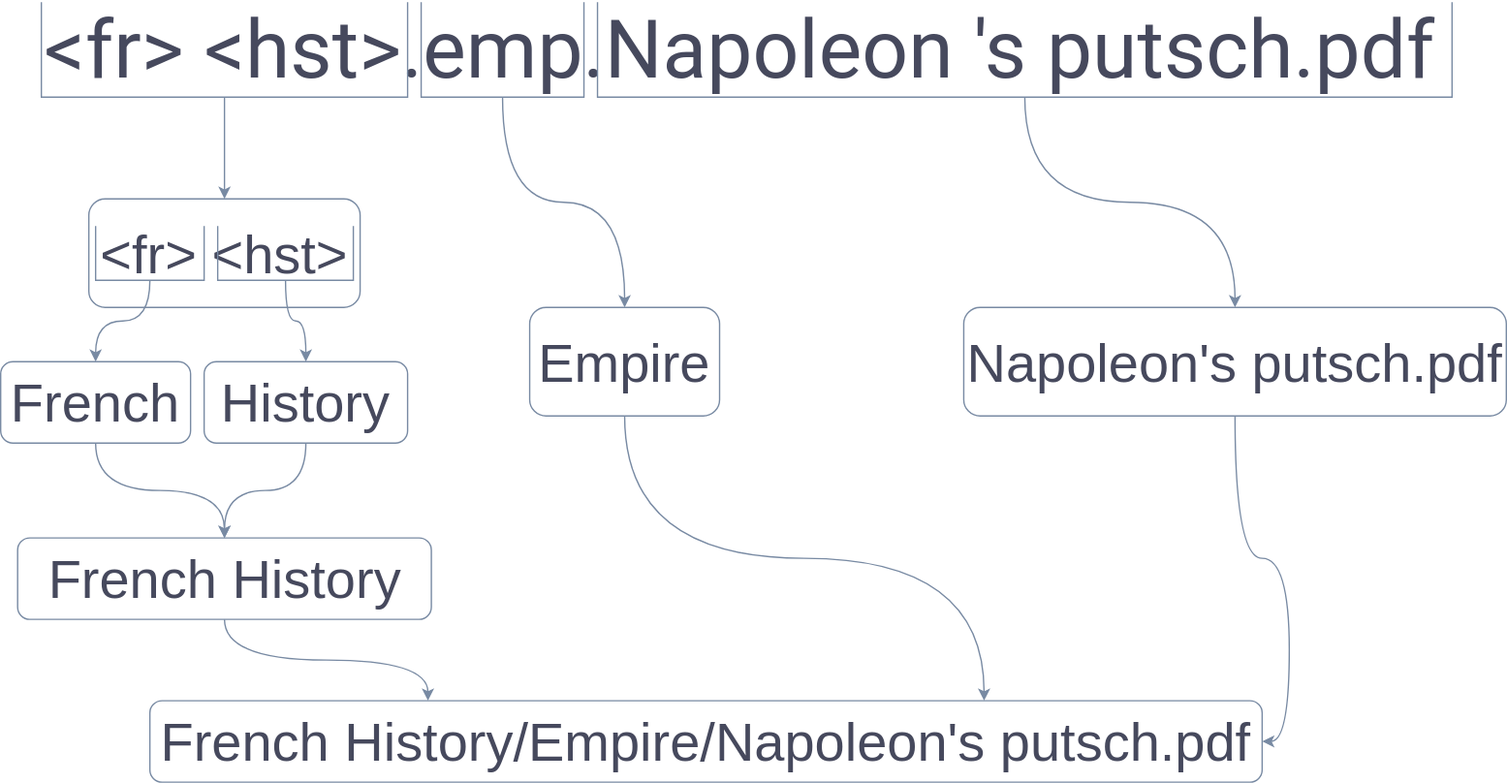
The draw.io diagram schema-variable-replacement.svg in Eolien55/FileClassed, before a commit. Source tidied: cells renumbered, new cells last; positions are measured from the earlier drawing's top-left corner, leaving out a move shared by most shapes. Its diagram source:
```xml
<mxGraphModel>
  <root>
    <mxCell id="0" />
    <mxCell id="1" parent="0" />
    <mxCell id="2" value="&amp;lt;fr&amp;gt; &amp;lt;hst&amp;gt;.emp.Napoleon 's putsch.pdf" style="whiteSpace=wrap;html=1;fillColor=none;fontSize=60;fontFamily=Roboto;fontSource=https%3A%2F%2Ffonts.googleapis.com%2Fcss%3Ffamily%3DRoboto;strokeColor=none;fontColor=#46495D;rounded=1;" parent="1" vertex="1">
      <mxGeometry x="20" y="5" width="1050" height="60" as="geometry" />
    </mxCell>
    <mxCell id="3" style="edgeStyle=orthogonalEdgeStyle;jettySize=auto;html=1;exitX=0.5;exitY=1;exitDx=0;exitDy=0;entryX=0.5;entryY=0;entryDx=0;entryDy=0;fontSize=40;fontColor=#46495D;strokeColor=#788AA3;fillColor=#B2C9AB;curved=1;" parent="1" edge="1" source="4" target="14">
      <mxGeometry relative="1" as="geometry" />
    </mxCell>
    <mxCell id="4" style="shape=partialRectangle;whiteSpace=wrap;html=1;bottom=1;right=1;left=1;top=0;fillColor=none;routingCenterX=-0.5;fontFamily=Tahoma;fontSize=60;strokeColor=#788AA3;fontColor=#46495D;rounded=1;" parent="1" vertex="1">
      <mxGeometry x="30" width="270" height="70" as="geometry" />
    </mxCell>
    <mxCell id="5" style="edgeStyle=orthogonalEdgeStyle;jettySize=auto;html=1;exitX=0.5;exitY=1;exitDx=0;exitDy=0;entryX=0.5;entryY=0;entryDx=0;entryDy=0;fontSize=40;fontColor=#46495D;strokeColor=#788AA3;fillColor=#B2C9AB;curved=1;" parent="1" edge="1" source="6" target="8">
      <mxGeometry relative="1" as="geometry" />
    </mxCell>
    <mxCell id="6" style="shape=partialRectangle;whiteSpace=wrap;html=1;bottom=1;right=1;left=1;top=0;fillColor=none;routingCenterX=-0.5;fontColor=#46495D;strokeColor=#788AA3;rounded=1;" parent="1" vertex="1">
      <mxGeometry x="440" width="630" height="70" as="geometry" />
    </mxCell>
    <mxCell id="7" style="edgeStyle=orthogonalEdgeStyle;jettySize=auto;html=1;exitX=0.5;exitY=1;exitDx=0;exitDy=0;entryX=1;entryY=0.5;entryDx=0;entryDy=0;fontSize=40;fontColor=#46495D;strokeColor=#788AA3;fillColor=#B2C9AB;curved=1;" parent="1" edge="1" source="8" target="9">
      <mxGeometry relative="1" as="geometry" />
    </mxCell>
    <mxCell id="8" value="Napoleon's putsch.pdf" style="whiteSpace=wrap;html=1;fontColor=#46495D;strokeColor=#788AA3;fillColor=none;fontSize=40;rounded=1;" parent="1" vertex="1">
      <mxGeometry x="710" y="225" width="400" height="80" as="geometry" />
    </mxCell>
    <mxCell id="9" value="French History/Empire/Napoleon's putsch.pdf" style="whiteSpace=wrap;html=1;fontSize=40;fontColor=#46495D;strokeColor=#788AA3;fillColor=none;rounded=1;" parent="1" vertex="1">
      <mxGeometry x="110" y="515" width="820" height="60" as="geometry" />
    </mxCell>
    <mxCell id="10" style="edgeStyle=orthogonalEdgeStyle;jettySize=auto;html=1;exitX=0.5;exitY=1;exitDx=0;exitDy=0;fontSize=40;fontColor=#46495D;strokeColor=#788AA3;fillColor=#B2C9AB;curved=1;" parent="1" edge="1" source="11" target="13">
      <mxGeometry relative="1" as="geometry" />
    </mxCell>
    <mxCell id="11" style="shape=partialRectangle;whiteSpace=wrap;html=1;bottom=1;right=1;left=1;top=0;fillColor=none;routingCenterX=-0.5;fontColor=#46495D;strokeColor=#788AA3;rounded=1;" parent="1" vertex="1">
      <mxGeometry x="310" width="120" height="70" as="geometry" />
    </mxCell>
    <mxCell id="12" style="edgeStyle=orthogonalEdgeStyle;jettySize=auto;html=1;exitX=0.5;exitY=1;exitDx=0;exitDy=0;entryX=0.75;entryY=0;entryDx=0;entryDy=0;fontSize=40;fontColor=#46495D;strokeColor=#788AA3;fillColor=#B2C9AB;curved=1;" parent="1" edge="1" source="13" target="9">
      <mxGeometry relative="1" as="geometry" />
    </mxCell>
    <mxCell id="13" value="Empire" style="whiteSpace=wrap;html=1;fontColor=#46495D;strokeColor=#788AA3;fillColor=none;fontSize=40;rounded=1;" parent="1" vertex="1">
      <mxGeometry x="390" y="225" width="140" height="80" as="geometry" />
    </mxCell>
    <mxCell id="14" value="&amp;lt;fr&amp;gt; &amp;lt;hst&amp;gt;" style="whiteSpace=wrap;html=1;fontSize=40;fontColor=#46495D;strokeColor=#788AA3;fillColor=none;rounded=1;" parent="1" vertex="1">
      <mxGeometry x="65" y="145" width="200" height="80" as="geometry" />
    </mxCell>
    <mxCell id="15" style="edgeStyle=orthogonalEdgeStyle;jettySize=auto;html=1;exitX=0.5;exitY=1;exitDx=0;exitDy=0;entryX=0.5;entryY=0;entryDx=0;entryDy=0;fontSize=40;fontColor=#46495D;strokeColor=#788AA3;fillColor=#B2C9AB;curved=1;" parent="1" edge="1" source="16" target="20">
      <mxGeometry relative="1" as="geometry" />
    </mxCell>
    <mxCell id="16" style="shape=partialRectangle;whiteSpace=wrap;html=1;bottom=1;right=1;left=1;top=0;fillColor=none;routingCenterX=-0.5;fontSize=40;fontColor=#46495D;strokeColor=#788AA3;rounded=1;" parent="1" vertex="1">
      <mxGeometry x="70" y="165" width="80" height="40" as="geometry" />
    </mxCell>
    <mxCell id="17" style="edgeStyle=orthogonalEdgeStyle;jettySize=auto;html=1;exitX=0.5;exitY=1;exitDx=0;exitDy=0;entryX=0.5;entryY=0;entryDx=0;entryDy=0;fontSize=40;fontColor=#46495D;strokeColor=#788AA3;fillColor=#B2C9AB;curved=1;" parent="1" edge="1" source="18" target="22">
      <mxGeometry relative="1" as="geometry" />
    </mxCell>
    <mxCell id="18" style="shape=partialRectangle;whiteSpace=wrap;html=1;bottom=1;right=1;left=1;top=0;fillColor=none;routingCenterX=-0.5;fontSize=40;fontColor=#46495D;strokeColor=#788AA3;rounded=1;" parent="1" vertex="1">
      <mxGeometry x="160" y="165" width="100" height="40" as="geometry" />
    </mxCell>
    <mxCell id="19" style="edgeStyle=orthogonalEdgeStyle;jettySize=auto;html=1;exitX=0.5;exitY=1;exitDx=0;exitDy=0;entryX=0.5;entryY=0;entryDx=0;entryDy=0;fontSize=40;fontColor=#46495D;strokeColor=#788AA3;fillColor=#B2C9AB;curved=1;" parent="1" edge="1" source="20" target="24">
      <mxGeometry relative="1" as="geometry" />
    </mxCell>
    <mxCell id="20" value="French" style="whiteSpace=wrap;html=1;fontSize=40;fontColor=#46495D;strokeColor=#788AA3;fillColor=none;rounded=1;" parent="1" vertex="1">
      <mxGeometry y="265" width="140" height="60" as="geometry" />
    </mxCell>
    <mxCell id="21" style="edgeStyle=orthogonalEdgeStyle;jettySize=auto;html=1;exitX=0.5;exitY=1;exitDx=0;exitDy=0;entryX=0.5;entryY=0;entryDx=0;entryDy=0;fontSize=40;fontColor=#46495D;strokeColor=#788AA3;fillColor=#B2C9AB;curved=1;" parent="1" edge="1" source="22" target="24">
      <mxGeometry relative="1" as="geometry" />
    </mxCell>
    <mxCell id="22" value="History" style="whiteSpace=wrap;html=1;fontSize=40;fontColor=#46495D;strokeColor=#788AA3;fillColor=none;rounded=1;" parent="1" vertex="1">
      <mxGeometry x="150" y="265" width="150" height="60" as="geometry" />
    </mxCell>
    <mxCell id="23" style="edgeStyle=orthogonalEdgeStyle;jettySize=auto;html=1;exitX=0.5;exitY=1;exitDx=0;exitDy=0;entryX=0.25;entryY=0;entryDx=0;entryDy=0;fontSize=40;fontColor=#46495D;strokeColor=#788AA3;fillColor=#B2C9AB;curved=1;" parent="1" edge="1" source="24" target="9">
      <mxGeometry relative="1" as="geometry" />
    </mxCell>
    <mxCell id="24" value="French History" style="whiteSpace=wrap;html=1;fontSize=40;fontColor=#46495D;strokeColor=#788AA3;fillColor=none;rounded=1;" parent="1" vertex="1">
      <mxGeometry x="12.5" y="395" width="305" height="60" as="geometry" />
    </mxCell>
  </root>
</mxGraphModel>
```
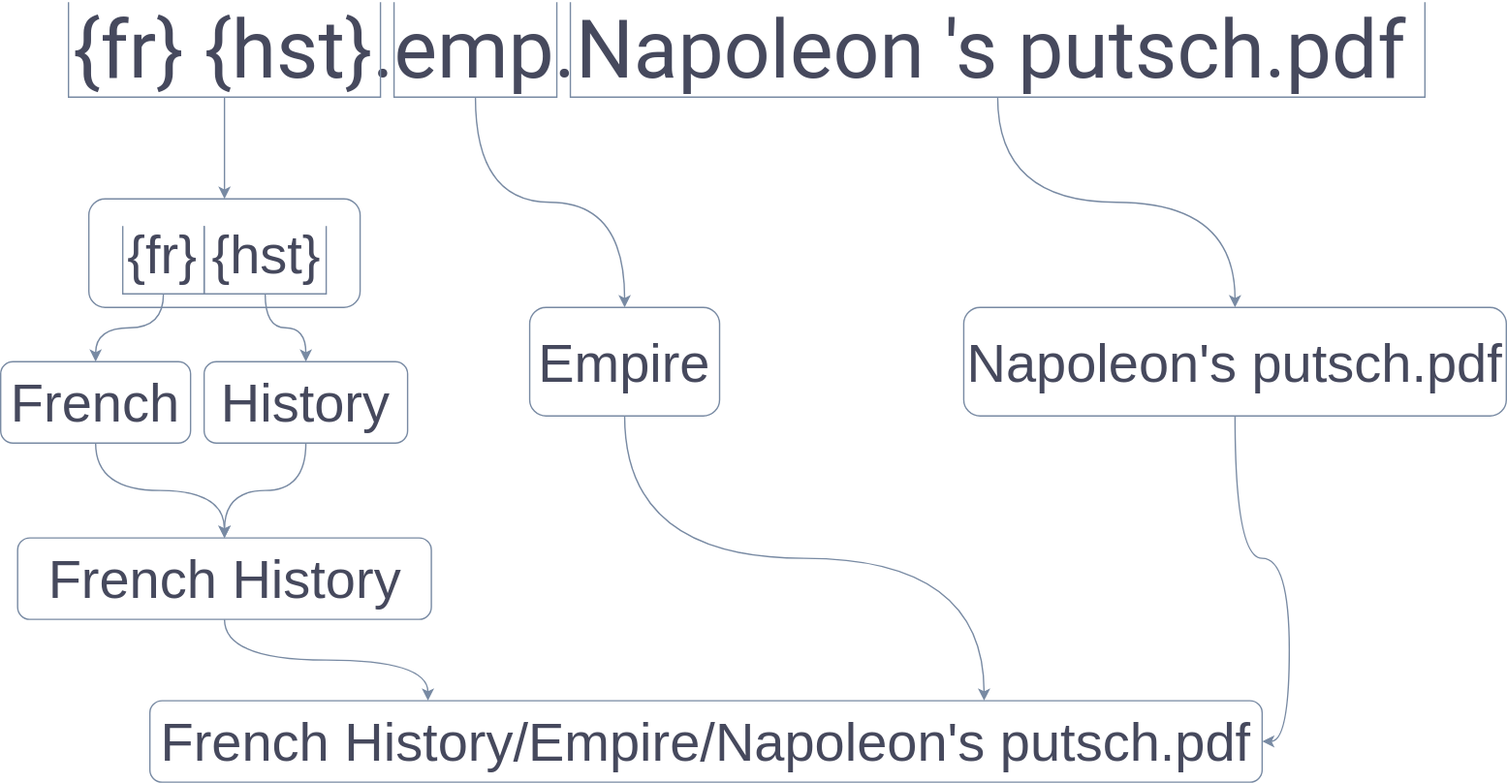
The same diagram one commit later.

Change to the diagram source:
```diff
@@ -2,20 +2,20 @@
   <root>
     <mxCell id="0" />
     <mxCell id="1" parent="0" />
-    <mxCell id="2" value="&amp;lt;fr&amp;gt; &amp;lt;hst&amp;gt;.emp.Napoleon 's putsch.pdf" style="whiteSpace=wrap;html=1;fillColor=none;fontSize=60;fontFamily=Roboto;fontSource=https%3A%2F%2Ffonts.googleapis.com%2Fcss%3Ffamily%3DRoboto;strokeColor=none;fontColor=#46495D;rounded=1;" parent="1" vertex="1">
+    <mxCell id="2" value="{fr} {hst}.emp.Napoleon 's putsch.pdf" style="whiteSpace=wrap;html=1;fillColor=none;fontSize=60;fontFamily=Roboto;fontSource=https%3A%2F%2Ffonts.googleapis.com%2Fcss%3Ffamily%3DRoboto;strokeColor=none;fontColor=#46495D;rounded=1;" parent="1" vertex="1">
       <mxGeometry x="20" y="5" width="1050" height="60" as="geometry" />
     </mxCell>
     <mxCell id="3" style="edgeStyle=orthogonalEdgeStyle;jettySize=auto;html=1;exitX=0.5;exitY=1;exitDx=0;exitDy=0;entryX=0.5;entryY=0;entryDx=0;entryDy=0;fontSize=40;fontColor=#46495D;strokeColor=#788AA3;fillColor=#B2C9AB;curved=1;" parent="1" edge="1" source="4" target="14">
       <mxGeometry relative="1" as="geometry" />
     </mxCell>
     <mxCell id="4" style="shape=partialRectangle;whiteSpace=wrap;html=1;bottom=1;right=1;left=1;top=0;fillColor=none;routingCenterX=-0.5;fontFamily=Tahoma;fontSize=60;strokeColor=#788AA3;fontColor=#46495D;rounded=1;" parent="1" vertex="1">
-      <mxGeometry x="30" width="270" height="70" as="geometry" />
+      <mxGeometry x="50" width="230" height="70" as="geometry" />
     </mxCell>
     <mxCell id="5" style="edgeStyle=orthogonalEdgeStyle;jettySize=auto;html=1;exitX=0.5;exitY=1;exitDx=0;exitDy=0;entryX=0.5;entryY=0;entryDx=0;entryDy=0;fontSize=40;fontColor=#46495D;strokeColor=#788AA3;fillColor=#B2C9AB;curved=1;" parent="1" edge="1" source="6" target="8">
       <mxGeometry relative="1" as="geometry" />
     </mxCell>
     <mxCell id="6" style="shape=partialRectangle;whiteSpace=wrap;html=1;bottom=1;right=1;left=1;top=0;fillColor=none;routingCenterX=-0.5;fontColor=#46495D;strokeColor=#788AA3;rounded=1;" parent="1" vertex="1">
-      <mxGeometry x="440" width="630" height="70" as="geometry" />
+      <mxGeometry x="420" width="630" height="70" as="geometry" />
     </mxCell>
     <mxCell id="7" style="edgeStyle=orthogonalEdgeStyle;jettySize=auto;html=1;exitX=0.5;exitY=1;exitDx=0;exitDy=0;entryX=1;entryY=0.5;entryDx=0;entryDy=0;fontSize=40;fontColor=#46495D;strokeColor=#788AA3;fillColor=#B2C9AB;curved=1;" parent="1" edge="1" source="8" target="9">
       <mxGeometry relative="1" as="geometry" />
@@ -30,7 +30,7 @@
       <mxGeometry relative="1" as="geometry" />
     </mxCell>
     <mxCell id="11" style="shape=partialRectangle;whiteSpace=wrap;html=1;bottom=1;right=1;left=1;top=0;fillColor=none;routingCenterX=-0.5;fontColor=#46495D;strokeColor=#788AA3;rounded=1;" parent="1" vertex="1">
-      <mxGeometry x="310" width="120" height="70" as="geometry" />
+      <mxGeometry x="290" width="120" height="70" as="geometry" />
     </mxCell>
     <mxCell id="12" style="edgeStyle=orthogonalEdgeStyle;jettySize=auto;html=1;exitX=0.5;exitY=1;exitDx=0;exitDy=0;entryX=0.75;entryY=0;entryDx=0;entryDy=0;fontSize=40;fontColor=#46495D;strokeColor=#788AA3;fillColor=#B2C9AB;curved=1;" parent="1" edge="1" source="13" target="9">
       <mxGeometry relative="1" as="geometry" />
@@ -38,20 +38,20 @@
     <mxCell id="13" value="Empire" style="whiteSpace=wrap;html=1;fontColor=#46495D;strokeColor=#788AA3;fillColor=none;fontSize=40;rounded=1;" parent="1" vertex="1">
       <mxGeometry x="390" y="225" width="140" height="80" as="geometry" />
     </mxCell>
-    <mxCell id="14" value="&amp;lt;fr&amp;gt; &amp;lt;hst&amp;gt;" style="whiteSpace=wrap;html=1;fontSize=40;fontColor=#46495D;strokeColor=#788AA3;fillColor=none;rounded=1;" parent="1" vertex="1">
+    <mxCell id="14" value="{fr} {hst}" style="whiteSpace=wrap;html=1;fontSize=40;fontColor=#46495D;strokeColor=#788AA3;fillColor=none;rounded=1;" parent="1" vertex="1">
       <mxGeometry x="65" y="145" width="200" height="80" as="geometry" />
     </mxCell>
     <mxCell id="15" style="edgeStyle=orthogonalEdgeStyle;jettySize=auto;html=1;exitX=0.5;exitY=1;exitDx=0;exitDy=0;entryX=0.5;entryY=0;entryDx=0;entryDy=0;fontSize=40;fontColor=#46495D;strokeColor=#788AA3;fillColor=#B2C9AB;curved=1;" parent="1" edge="1" source="16" target="20">
       <mxGeometry relative="1" as="geometry" />
     </mxCell>
     <mxCell id="16" style="shape=partialRectangle;whiteSpace=wrap;html=1;bottom=1;right=1;left=1;top=0;fillColor=none;routingCenterX=-0.5;fontSize=40;fontColor=#46495D;strokeColor=#788AA3;rounded=1;" parent="1" vertex="1">
-      <mxGeometry x="70" y="165" width="80" height="40" as="geometry" />
+      <mxGeometry x="90" y="165" width="60" height="50" as="geometry" />
     </mxCell>
     <mxCell id="17" style="edgeStyle=orthogonalEdgeStyle;jettySize=auto;html=1;exitX=0.5;exitY=1;exitDx=0;exitDy=0;entryX=0.5;entryY=0;entryDx=0;entryDy=0;fontSize=40;fontColor=#46495D;strokeColor=#788AA3;fillColor=#B2C9AB;curved=1;" parent="1" edge="1" source="18" target="22">
       <mxGeometry relative="1" as="geometry" />
     </mxCell>
     <mxCell id="18" style="shape=partialRectangle;whiteSpace=wrap;html=1;bottom=1;right=1;left=1;top=0;fillColor=none;routingCenterX=-0.5;fontSize=40;fontColor=#46495D;strokeColor=#788AA3;rounded=1;" parent="1" vertex="1">
-      <mxGeometry x="160" y="165" width="100" height="40" as="geometry" />
+      <mxGeometry x="150" y="165" width="90" height="50" as="geometry" />
     </mxCell>
     <mxCell id="19" style="edgeStyle=orthogonalEdgeStyle;jettySize=auto;html=1;exitX=0.5;exitY=1;exitDx=0;exitDy=0;entryX=0.5;entryY=0;entryDx=0;entryDy=0;fontSize=40;fontColor=#46495D;strokeColor=#788AA3;fillColor=#B2C9AB;curved=1;" parent="1" edge="1" source="20" target="24">
       <mxGeometry relative="1" as="geometry" />
```
